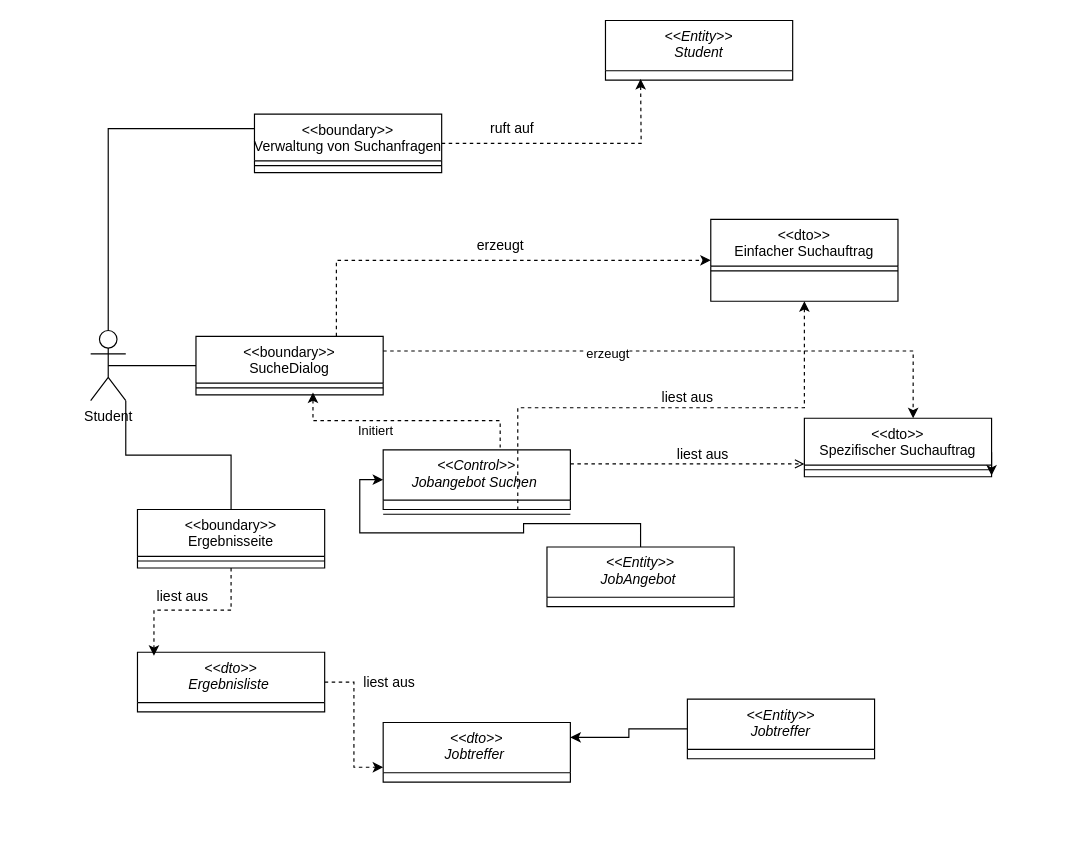
Above: 71b.drawio in dhefel2s/Hbrs (draw.io), before the change. Source tidied: cells renumbered, new cells numbered last; positions are measured from the earlier drawing's top-left corner, leaving out a move shared by most shapes. Both pictures are drawn from the tidied source at 117%, with x=0, y=0 at pixel (90, 20).
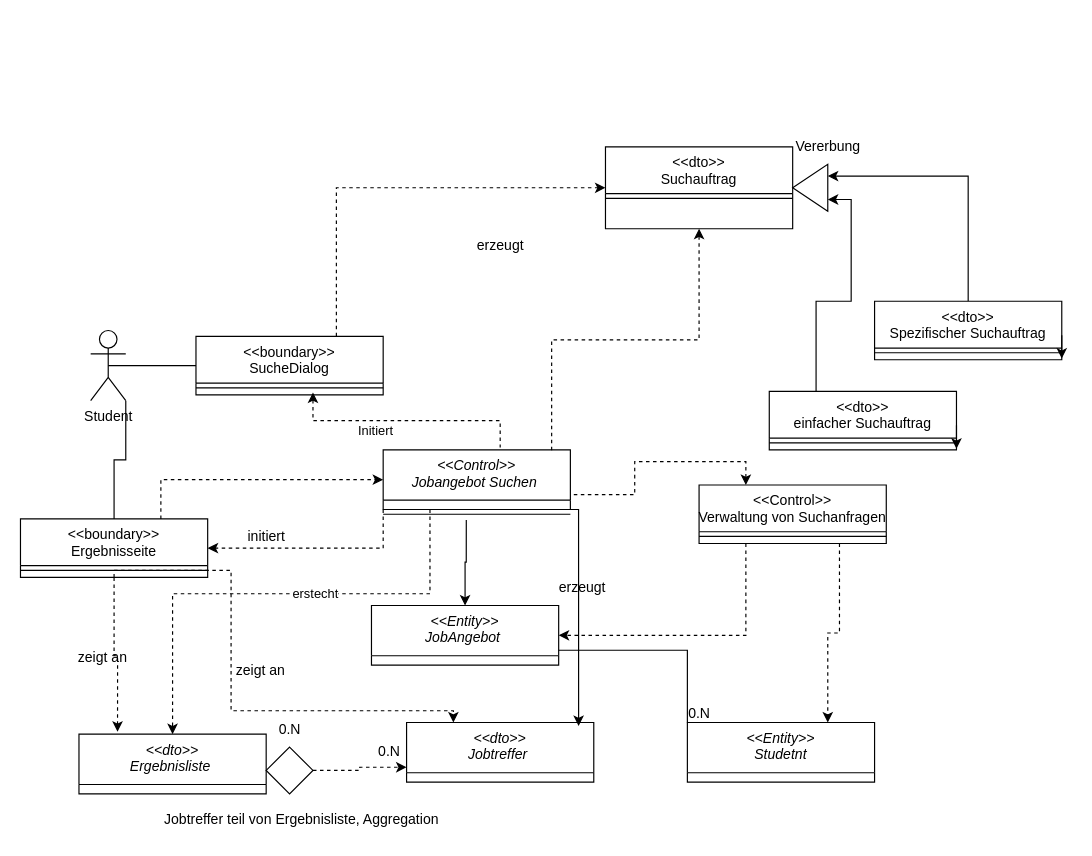
After the change.

The change refers to these unchanged cells:
```xml
<mxCell id="2" value="&lt;&lt;Control&gt;&gt;&#10;Jobangebot Suchen " style="swimlane;fontStyle=2;align=center;verticalAlign=top;horizontal=1;startSize=43;rounded=0;shadow=0;strokeWidth=1;" parent="1" vertex="1">
  <mxGeometry x="250" y="367" width="160" height="51" as="geometry" />
</mxCell>
<mxCell id="4" value="&lt;&lt;boundary&gt;&gt;&#10;SucheDialog" style="swimlane;fontStyle=0;align=center;verticalAlign=top;horizontal=1;startSize=40;rounded=0;shadow=0;strokeWidth=1;" parent="1" vertex="1">
  <mxGeometry x="90" y="270" width="160" height="50" as="geometry" />
</mxCell>
<mxCell id="19" value="Student" style="shape=umlActor;verticalLabelPosition=bottom;verticalAlign=top;html=1;" parent="1" vertex="1">
  <mxGeometry y="265" width="30" height="60" as="geometry" />
</mxCell>
<mxCell id="20" style="line;html=1;strokeWidth=1;align=left;verticalAlign=middle;spacingTop=-1;spacingLeft=3;spacingRight=3;labelPosition=right;points=[];portConstraint=eastwest;" parent="1" vertex="1">
  <mxGeometry x="250" y="418" width="160" height="8" as="geometry" />
</mxCell>
```

The edit, as a diff of the source:
```diff
@@
+    <mxCell id="42" style="edgeStyle=orthogonalEdgeStyle;rounded=0;jettySize=auto;html=1;exitX=0;exitY=1;exitDx=0;exitDy=0;entryX=1;entryY=0.5;entryDx=0;entryDy=0;dashed=1;" parent="1" edge="1" source="2" target="28">
+      <mxGeometry relative="1" as="geometry" />
+    </mxCell>
+    <mxCell id="43" style="edgeStyle=orthogonalEdgeStyle;rounded=0;jettySize=auto;html=1;exitX=0.25;exitY=1;exitDx=0;exitDy=0;entryX=0.5;entryY=0;entryDx=0;entryDy=0;dashed=1;" parent="1" edge="1" source="2" target="31">
+      <mxGeometry relative="1" as="geometry">
+        <Array as="points">
+          <mxPoint x="290" y="490" />
+          <mxPoint x="70" y="490" />
+        </Array>
+      </mxGeometry>
+    </mxCell>
+    <mxCell id="44" value="erstecht" style="edgeLabel;html=1;align=center;verticalAlign=middle;" parent="43" vertex="1">
+      <mxGeometry x="-0.17" y="-1" relative="1" as="geometry" />
+    </mxCell>
@@
-    <mxCell id="8" value="&lt;&lt;dto&gt;&gt;&#10;Einfacher Suchauftrag" style="swimlane;fontStyle=0;align=center;verticalAlign=top;horizontal=1;startSize=40;rounded=0;shadow=0;strokeWidth=1;" parent="1" vertex="1">
-      <mxGeometry x="530" y="170" width="160" height="70" as="geometry" />
+    <mxCell id="8" value="&lt;&lt;dto&gt;&gt;&#10;Suchauftrag" style="swimlane;fontStyle=0;align=center;verticalAlign=top;horizontal=1;startSize=40;rounded=0;shadow=0;strokeWidth=1;" parent="1" vertex="1">
+      <mxGeometry x="440" y="108" width="160" height="70" as="geometry" />
     </mxCell>
@@
-    <mxCell id="10" style="endArrow=none;endSize=10;endFill=0;shadow=0;strokeWidth=1;rounded=0;edgeStyle=elbowEdgeStyle;elbow=vertical;entryX=0.719;entryY=0.375;entryDx=0;entryDy=0;entryPerimeter=0;dashed=1;startArrow=classic;startFill=1;" parent="1" edge="1" source="8" target="20">
+    <mxCell id="10" style="endArrow=none;endSize=10;endFill=0;shadow=0;strokeWidth=1;rounded=0;edgeStyle=elbowEdgeStyle;elbow=vertical;entryX=0.9;entryY=0.039;entryDx=0;entryDy=0;entryPerimeter=0;dashed=1;startArrow=classic;startFill=1;" parent="1" edge="1" source="8" target="2">
       <mxGeometry relative="1" as="geometry" />
     </mxCell>
+    <mxCell id="45" style="edgeStyle=orthogonalEdgeStyle;rounded=0;jettySize=auto;html=1;exitX=0.5;exitY=0;exitDx=0;exitDy=0;entryX=0;entryY=0.75;entryDx=0;entryDy=0;" parent="1" edge="1" source="11" target="56">
+      <mxGeometry relative="1" as="geometry" />
+    </mxCell>
     <mxCell id="11" value="&lt;&lt;dto&gt;&gt;&#10;Spezifischer Suchauftrag" style="swimlane;fontStyle=0;align=center;verticalAlign=top;horizontal=1;startSize=40;rounded=0;shadow=0;strokeWidth=1;" parent="1" vertex="1">
-      <mxGeometry x="610" y="340" width="160" height="50" as="geometry" />
+      <mxGeometry x="670" y="240" width="160" height="50" as="geometry" />
     </mxCell>
@@
-    <mxCell id="14" style="endArrow=open;shadow=0;strokeWidth=1;rounded=0;endFill=1;edgeStyle=elbowEdgeStyle;elbow=vertical;dashed=1;" parent="1" edge="1" source="2" target="11">
-      <mxGeometry x="0.5" y="41" relative="1" as="geometry">
-        <mxPoint x="-40" y="32" as="offset" />
-      </mxGeometry>
-    </mxCell>
-    <mxCell id="15" value="liest aus" style="text;html=1;align=center;verticalAlign=middle;labelBackgroundColor=none;rounded=0;shadow=0;strokeWidth=1;fontSize=12;" parent="14" vertex="1">
-      <mxGeometry x="0.5" y="49" relative="1" as="geometry">
-        <mxPoint x="-38" y="40" as="offset" />
-      </mxGeometry>
-    </mxCell>
@@
-    <mxCell id="18" style="edgeStyle=orthogonalEdgeStyle;rounded=0;jettySize=auto;html=1;exitX=0.5;exitY=0;exitDx=0;exitDy=0;exitPerimeter=0;entryX=0;entryY=0.25;entryDx=0;entryDy=0;endArrow=none;endFill=0;" parent="1" edge="1" source="19" target="38">
-      <mxGeometry relative="1" as="geometry" />
-    </mxCell>
@@
-    <mxCell id="21" value="liest aus" style="text;html=1;align=center;verticalAlign=middle;strokeColor=none;fillColor=none;" parent="1" vertex="1">
-      <mxGeometry x="475" y="308" width="70" height="30" as="geometry" />
-    </mxCell>
@@
-    <mxCell id="23" style="edgeStyle=orthogonalEdgeStyle;rounded=0;jettySize=auto;html=1;exitX=1;exitY=0.25;exitDx=0;exitDy=0;entryX=0.581;entryY=0;entryDx=0;entryDy=0;entryPerimeter=0;dashed=1;" parent="1" edge="1" source="4" target="11">
-      <mxGeometry relative="1" as="geometry" />
-    </mxCell>
-    <mxCell id="24" value="erzeugt" style="edgeLabel;html=1;align=center;verticalAlign=middle;" parent="23" vertex="1">
-      <mxGeometry x="-0.25" y="-1" relative="1" as="geometry">
-        <mxPoint y="1" as="offset" />
-      </mxGeometry>
-    </mxCell>
-    <mxCell id="25" style="edgeStyle=orthogonalEdgeStyle;rounded=0;jettySize=auto;html=1;exitX=0.5;exitY=0;exitDx=0;exitDy=0;entryX=0;entryY=0.5;entryDx=0;entryDy=0;" parent="1" edge="1" source="26" target="2">
+    <mxCell id="25" style="edgeStyle=orthogonalEdgeStyle;rounded=0;jettySize=auto;html=1;exitX=0.5;exitY=0;exitDx=0;exitDy=0;entryX=0.444;entryY=1.125;entryDx=0;entryDy=0;startArrow=classic;startFill=1;endArrow=none;endFill=0;entryPerimeter=0;" parent="1" edge="1" source="26" target="20">
       <mxGeometry relative="1" as="geometry" />
     </mxCell>
     <mxCell id="26" value="&lt;&lt;Entity&gt;&gt;&#10;JobAngebot " style="swimlane;fontStyle=2;align=center;verticalAlign=top;horizontal=1;startSize=43;rounded=0;shadow=0;strokeWidth=1;" parent="1" vertex="1">
-      <mxGeometry x="390" y="450" width="160" height="51" as="geometry" />
+      <mxGeometry x="240" y="500" width="160" height="51" as="geometry" />
     </mxCell>
     <mxCell id="27" value="&lt;&lt;dto&gt;&gt;&#10;Jobtreffer " style="swimlane;fontStyle=2;align=center;verticalAlign=top;horizontal=1;startSize=43;rounded=0;shadow=0;strokeWidth=1;" parent="1" vertex="1">
-      <mxGeometry x="250" y="600" width="160" height="51" as="geometry" />
+      <mxGeometry x="270" y="600" width="160" height="51" as="geometry" />
     </mxCell>
+    <mxCell id="46" style="edgeStyle=orthogonalEdgeStyle;rounded=0;jettySize=auto;html=1;exitX=0.75;exitY=0;exitDx=0;exitDy=0;entryX=0;entryY=0.5;entryDx=0;entryDy=0;dashed=1;" parent="1" edge="1" source="28" target="2">
+      <mxGeometry relative="1" as="geometry" />
+    </mxCell>
+    <mxCell id="47" style="edgeStyle=orthogonalEdgeStyle;rounded=0;jettySize=auto;html=1;exitX=0.5;exitY=1;exitDx=0;exitDy=0;entryX=0.25;entryY=0;entryDx=0;entryDy=0;dashed=1;" parent="1" edge="1" source="28" target="27">
+      <mxGeometry relative="1" as="geometry">
+        <Array as="points">
+          <mxPoint x="20" y="470" />
+          <mxPoint x="120" y="470" />
+          <mxPoint x="120" y="590" />
+          <mxPoint x="310" y="590" />
+        </Array>
+      </mxGeometry>
+    </mxCell>
     <mxCell id="28" value="&lt;&lt;boundary&gt;&gt;&#10;Ergebnisseite" style="swimlane;fontStyle=0;align=center;verticalAlign=top;horizontal=1;startSize=40;rounded=0;shadow=0;strokeWidth=1;" parent="1" vertex="1">
-      <mxGeometry x="40" y="418" width="160" height="50" as="geometry" />
+      <mxGeometry x="-60" y="426" width="160" height="50" as="geometry" />
     </mxCell>
@@
-    <mxCell id="30" style="edgeStyle=orthogonalEdgeStyle;rounded=0;jettySize=auto;html=1;entryX=0;entryY=0.75;entryDx=0;entryDy=0;dashed=1;" parent="1" edge="1" source="31" target="27">
+    <mxCell id="30" style="edgeStyle=orthogonalEdgeStyle;rounded=0;jettySize=auto;html=1;entryX=0;entryY=0.75;entryDx=0;entryDy=0;dashed=1;" parent="1" edge="1" source="58" target="27">
       <mxGeometry relative="1" as="geometry" />
     </mxCell>
     <mxCell id="31" value="&lt;&lt;dto&gt;&gt;&#10;Ergebnisliste " style="swimlane;fontStyle=2;align=center;verticalAlign=top;horizontal=1;startSize=43;rounded=0;shadow=0;strokeWidth=1;" parent="1" vertex="1">
-      <mxGeometry x="40" y="540" width="160" height="51" as="geometry" />
+      <mxGeometry x="-10" y="610" width="160" height="51" as="geometry" />
     </mxCell>
+    <mxCell id="48" style="edgeStyle=orthogonalEdgeStyle;rounded=0;jettySize=auto;html=1;exitX=0;exitY=0;exitDx=0;exitDy=0;entryX=1;entryY=0.75;entryDx=0;entryDy=0;endArrow=none;endFill=0;" parent="1" edge="1" source="32" target="26">
+      <mxGeometry relative="1" as="geometry" />
+    </mxCell>
-    <mxCell id="32" value="&lt;&lt;Entity&gt;&gt;&#10;Jobtreffer" style="swimlane;fontStyle=2;align=center;verticalAlign=top;horizontal=1;startSize=43;rounded=0;shadow=0;strokeWidth=1;" parent="1" vertex="1">
-      <mxGeometry x="510" y="580" width="160" height="51" as="geometry" />
+    <mxCell id="32" value="&lt;&lt;Entity&gt;&gt;&#10;Studetnt" style="swimlane;fontStyle=2;align=center;verticalAlign=top;horizontal=1;startSize=43;rounded=0;shadow=0;strokeWidth=1;" parent="1" vertex="1">
+      <mxGeometry x="510" y="600" width="160" height="51" as="geometry" />
     </mxCell>
-    <mxCell id="33" style="edgeStyle=orthogonalEdgeStyle;rounded=0;jettySize=auto;html=1;entryX=0.088;entryY=0.059;entryDx=0;entryDy=0;entryPerimeter=0;dashed=1;" parent="1" edge="1" source="28" target="31">
-      <mxGeometry relative="1" as="geometry" />
-    </mxCell>
-    <mxCell id="34" value="liest aus&amp;nbsp;" style="text;html=1;align=center;verticalAlign=middle;strokeColor=none;fillColor=none;" parent="1" vertex="1">
-      <mxGeometry x="45" y="478" width="70" height="30" as="geometry" />
-    </mxCell>
-    <mxCell id="35" value="liest aus" style="text;html=1;align=center;verticalAlign=middle;strokeColor=none;fillColor=none;" parent="1" vertex="1">
-      <mxGeometry x="220" y="551" width="70" height="30" as="geometry" />
-    </mxCell>
-    <mxCell id="36" style="edgeStyle=orthogonalEdgeStyle;rounded=0;jettySize=auto;html=1;exitX=0;exitY=0.5;exitDx=0;exitDy=0;entryX=1;entryY=0.25;entryDx=0;entryDy=0;" parent="1" edge="1" source="32" target="27">
-      <mxGeometry relative="1" as="geometry" />
-    </mxCell>
-    <mxCell id="37" style="edgeStyle=orthogonalEdgeStyle;rounded=0;jettySize=auto;html=1;exitX=1;exitY=0.5;exitDx=0;exitDy=0;dashed=1;" parent="1" edge="1" source="38">
-      <mxGeometry relative="1" as="geometry">
-        <mxPoint x="470" y="50" as="targetPoint" />
-      </mxGeometry>
-    </mxCell>
+    <mxCell id="49" style="edgeStyle=orthogonalEdgeStyle;rounded=0;jettySize=auto;html=1;exitX=0.25;exitY=0;exitDx=0;exitDy=0;entryX=1;entryY=0.75;entryDx=0;entryDy=0;dashed=1;startArrow=classic;startFill=1;endArrow=none;endFill=0;" parent="1" edge="1" source="38" target="2">
+      <mxGeometry relative="1" as="geometry" />
+    </mxCell>
+    <mxCell id="50" style="edgeStyle=orthogonalEdgeStyle;rounded=0;jettySize=auto;html=1;exitX=0.25;exitY=1;exitDx=0;exitDy=0;entryX=1;entryY=0.5;entryDx=0;entryDy=0;dashed=1;" parent="1" edge="1" source="38" target="26">
+      <mxGeometry relative="1" as="geometry" />
+    </mxCell>
+    <mxCell id="51" style="edgeStyle=orthogonalEdgeStyle;rounded=0;jettySize=auto;html=1;exitX=0.75;exitY=1;exitDx=0;exitDy=0;entryX=0.75;entryY=0;entryDx=0;entryDy=0;dashed=1;" parent="1" edge="1" source="38" target="32">
+      <mxGeometry relative="1" as="geometry" />
+    </mxCell>
-    <mxCell id="38" value="&lt;&lt;boundary&gt;&gt;&#10;Verwaltung von Suchanfragen" style="swimlane;fontStyle=0;align=center;verticalAlign=top;horizontal=1;startSize=40;rounded=0;shadow=0;strokeWidth=1;" parent="1" vertex="1">
-      <mxGeometry x="140" y="80" width="160" height="50" as="geometry" />
+    <mxCell id="38" value="&lt;&lt;Control&gt;&gt;&#10;Verwaltung von Suchanfragen" style="swimlane;fontStyle=0;align=center;verticalAlign=top;horizontal=1;startSize=40;rounded=0;shadow=0;strokeWidth=1;" parent="1" vertex="1">
+      <mxGeometry x="520" y="397" width="160" height="50" as="geometry" />
     </mxCell>
@@
-    <mxCell id="40" value="&lt;&lt;Entity&gt;&gt;&#10;Student" style="swimlane;fontStyle=2;align=center;verticalAlign=top;horizontal=1;startSize=43;rounded=0;shadow=0;strokeWidth=1;" parent="1" vertex="1">
-      <mxGeometry x="440" width="160" height="51" as="geometry" />
-    </mxCell>
-    <mxCell id="41" value="ruft auf" style="text;html=1;align=center;verticalAlign=middle;strokeColor=none;fillColor=none;" parent="1" vertex="1">
-      <mxGeometry x="330" y="78" width="60" height="30" as="geometry" />
-    </mxCell>
+    <mxCell id="52" style="edgeStyle=orthogonalEdgeStyle;rounded=0;jettySize=auto;html=1;exitX=0.25;exitY=0;exitDx=0;exitDy=0;entryX=0;entryY=0.25;entryDx=0;entryDy=0;" parent="1" edge="1" source="53" target="56">
+      <mxGeometry relative="1" as="geometry" />
+    </mxCell>
+    <mxCell id="53" value="&lt;&lt;dto&gt;&gt;&#10;einfacher Suchauftrag" style="swimlane;fontStyle=0;align=center;verticalAlign=top;horizontal=1;startSize=40;rounded=0;shadow=0;strokeWidth=1;" parent="1" vertex="1">
+      <mxGeometry x="580" y="317" width="160" height="50" as="geometry" />
+    </mxCell>
+    <mxCell id="54" style="line;html=1;strokeWidth=1;align=left;verticalAlign=middle;spacingTop=-1;spacingLeft=3;spacingRight=3;labelPosition=right;" parent="53" vertex="1">
+      <mxGeometry y="40" width="160" height="8" as="geometry" />
+    </mxCell>
+    <mxCell id="55" style="edgeStyle=orthogonalEdgeStyle;rounded=0;orthogonalLoop=1;jettySize=auto;html=1;" parent="53" edge="1">
+      <mxGeometry relative="1" as="geometry">
+        <mxPoint x="160" y="29" as="sourcePoint" />
+        <mxPoint x="160" y="49" as="targetPoint" />
+      </mxGeometry>
+    </mxCell>
+    <mxCell id="56" style="triangle;whiteSpace=wrap;html=1;rotation=-180;" parent="1" vertex="1">
+      <mxGeometry x="600" y="123" width="30" height="40" as="geometry" />
+    </mxCell>
+    <mxCell id="57" value="Vererbung" style="text;html=1;align=center;verticalAlign=middle;strokeColor=none;fillColor=none;" parent="1" vertex="1">
+      <mxGeometry x="590" y="93" width="80" height="30" as="geometry" />
+    </mxCell>
+    <mxCell id="58" style="rhombus;whiteSpace=wrap;html=1;" parent="1" vertex="1">
+      <mxGeometry x="150" y="621" width="40" height="40" as="geometry" />
+    </mxCell>
+    <mxCell id="59" value="Jobtreffer teil von Ergebnisliste, Aggregation" style="text;html=1;align=center;verticalAlign=middle;strokeColor=none;fillColor=none;" parent="1" vertex="1">
+      <mxGeometry x="50" y="668" width="260" height="30" as="geometry" />
+    </mxCell>
+    <mxCell id="60" value="0.N" style="text;html=1;align=center;verticalAlign=middle;strokeColor=none;fillColor=none;" parent="1" vertex="1">
+      <mxGeometry x="235" y="610" width="40" height="30" as="geometry" />
+    </mxCell>
+    <mxCell id="61" value="0.N" style="text;html=1;align=center;verticalAlign=middle;strokeColor=none;fillColor=none;" parent="1" vertex="1">
+      <mxGeometry x="150" y="591" width="40" height="30" as="geometry" />
+    </mxCell>
+    <mxCell id="62" value="initiert" style="text;html=1;align=center;verticalAlign=middle;strokeColor=none;fillColor=none;" parent="1" vertex="1">
+      <mxGeometry x="120" y="426" width="60" height="30" as="geometry" />
+    </mxCell>
+    <mxCell id="63" value="zeigt an" style="text;html=1;align=center;verticalAlign=middle;strokeColor=none;fillColor=none;" parent="1" vertex="1">
+      <mxGeometry x="110" y="540.5" width="70" height="30" as="geometry" />
+    </mxCell>
+    <mxCell id="64" value="0.N" style="text;html=1;align=center;verticalAlign=middle;strokeColor=none;fillColor=none;" parent="1" vertex="1">
+      <mxGeometry x="500" y="578" width="40" height="30" as="geometry" />
+    </mxCell>
+    <mxCell id="33" style="edgeStyle=orthogonalEdgeStyle;rounded=0;jettySize=auto;html=1;exitX=0.5;exitY=1;exitDx=0;exitDy=0;entryX=0.206;entryY=-0.039;entryDx=0;entryDy=0;entryPerimeter=0;dashed=1;" parent="1" edge="1" source="28" target="31">
+      <mxGeometry relative="1" as="geometry" />
+    </mxCell>
+    <mxCell id="24" value="erzeugt" style="text;html=1;align=center;verticalAlign=middle;strokeColor=none;fillColor=none;" parent="1" vertex="1">
+      <mxGeometry x="390" y="470" width="60" height="30" as="geometry" />
+    </mxCell>
+    <mxCell id="65" style="edgeStyle=orthogonalEdgeStyle;rounded=0;jettySize=auto;html=1;exitX=0.75;exitY=1;exitDx=0;exitDy=0;entryX=0.919;entryY=0.059;entryDx=0;entryDy=0;entryPerimeter=0;" parent="1" edge="1" source="2" target="27">
+      <mxGeometry relative="1" as="geometry">
+        <Array as="points">
+          <mxPoint x="417" y="418" />
+        </Array>
+      </mxGeometry>
+    </mxCell>
+    <mxCell id="66" value="zeigt an" style="text;html=1;align=center;verticalAlign=middle;strokeColor=none;fillColor=none;" parent="1" vertex="1">
+      <mxGeometry x="-25" y="530" width="70" height="30" as="geometry" />
+    </mxCell>
```
